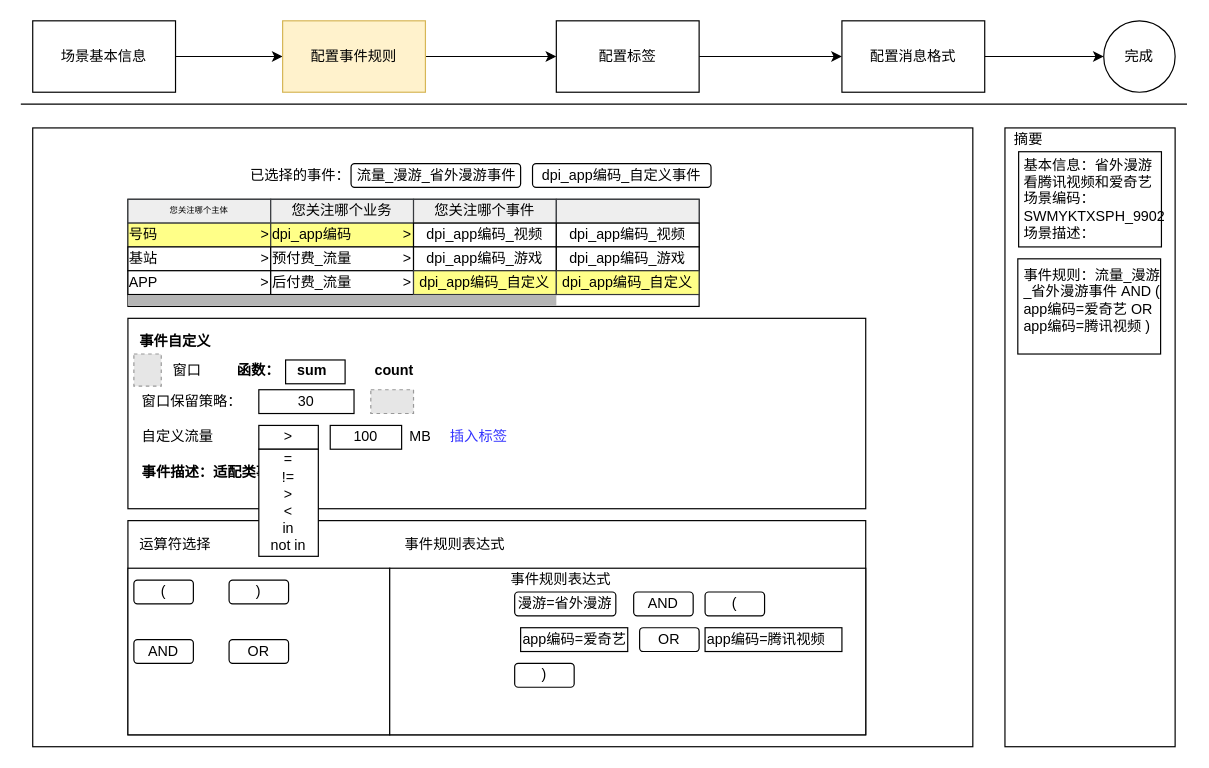
fengjj/webmarket0.1 keeps this draw.io diagram as page "场景配置-函数" (1 of 5) of 场景配置.drawio. Above is the earlier version. Source tidied: cells renumbered, new cells numbered last; positions are measured from the earlier drawing's top-left corner, leaving out a move shared by most shapes. Both pictures are drawn from the tidied source at 119%, with x=0, y=0 at pixel (20, 20). Pictures stored in the file or linked from it are replaced by grey dashed boxes.
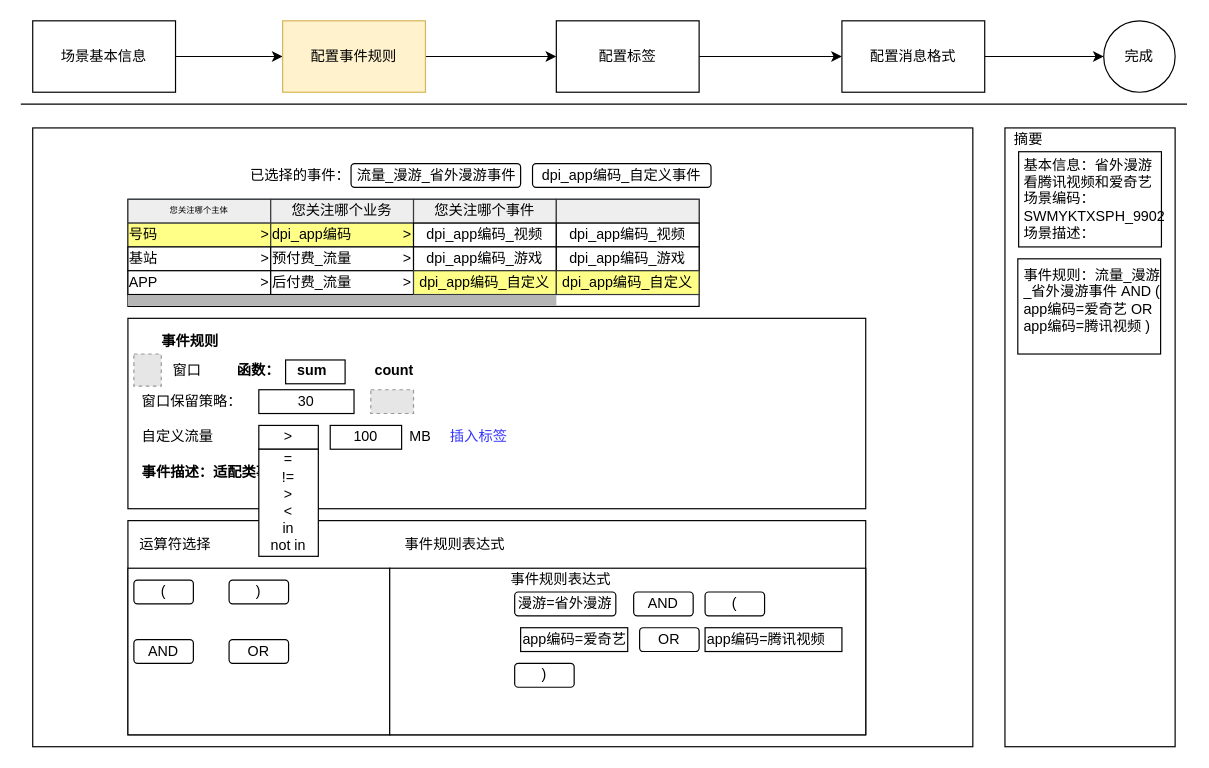
After the change.

What changed in the source:
```diff
@@
-    <mxCell id="53" value="事件自定义" style="text;html=1;strokeColor=none;fillColor=none;align=center;verticalAlign=middle;whiteSpace=wrap;rounded=0;fontStyle=1;" parent="1" vertex="1">
-      <mxGeometry x="95" y="260" width="70" height="20" as="geometry" />
+    <mxCell id="53" value="事件规则" style="text;html=1;strokeColor=none;fillColor=none;align=center;verticalAlign=middle;whiteSpace=wrap;rounded=0;fontStyle=1;" parent="1" vertex="1">
+      <mxGeometry x="95" y="260" width="95" height="20" as="geometry" />
     </mxCell>
```
